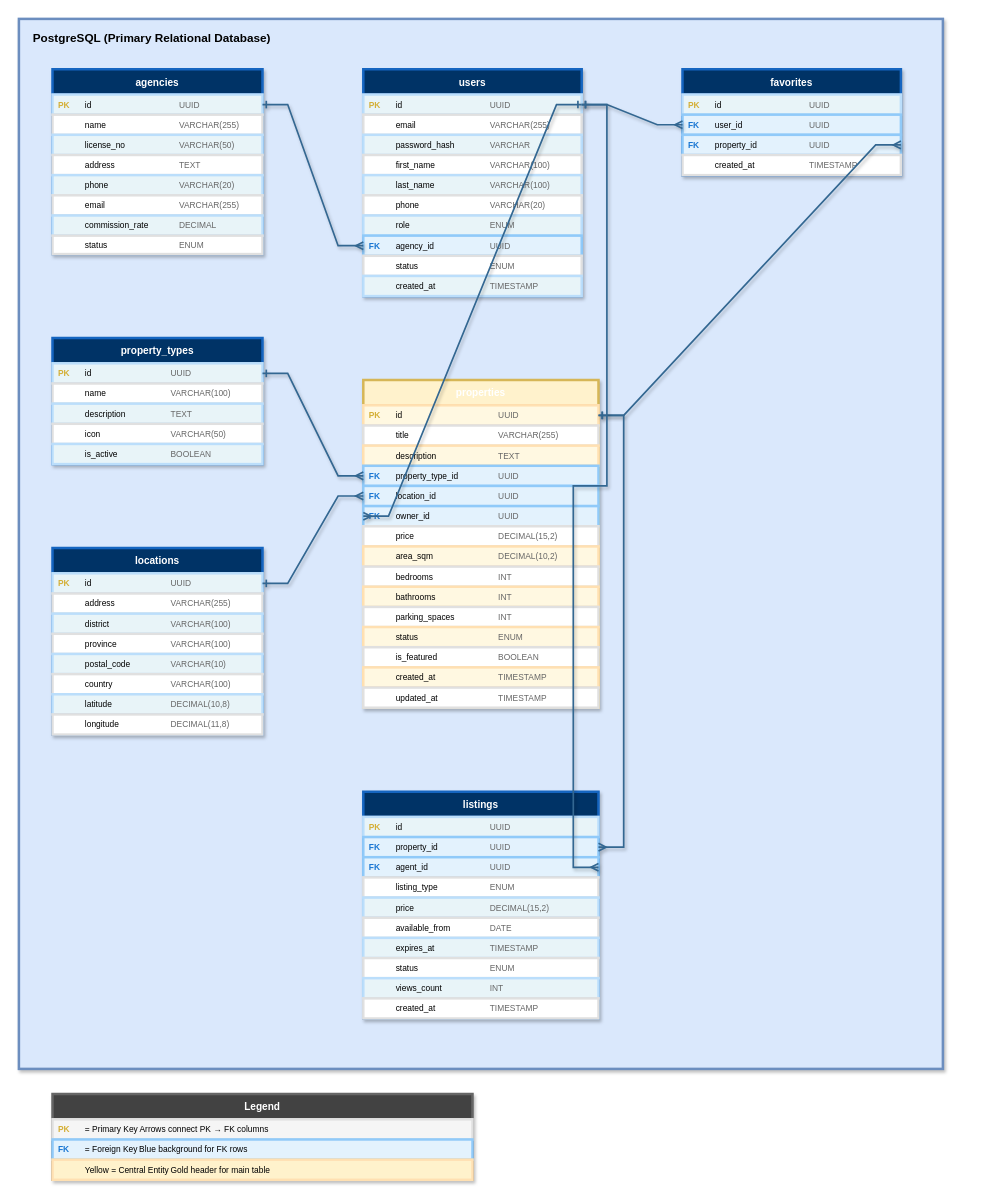
This is claude-md-drawio/sample-property-agent-database-erd.drawio from MrParkerZ7/mono-poc-claude-prompt-diagram-generator, a draw.io file, before an edit. Source tidied: cells renumbered, new cells numbered last; positions are measured from the earlier drawing's top-left corner, leaving out a move shared by most shapes. Both pictures are drawn from the tidied source at 84%, with x=0, y=0 at pixel (18, 18).
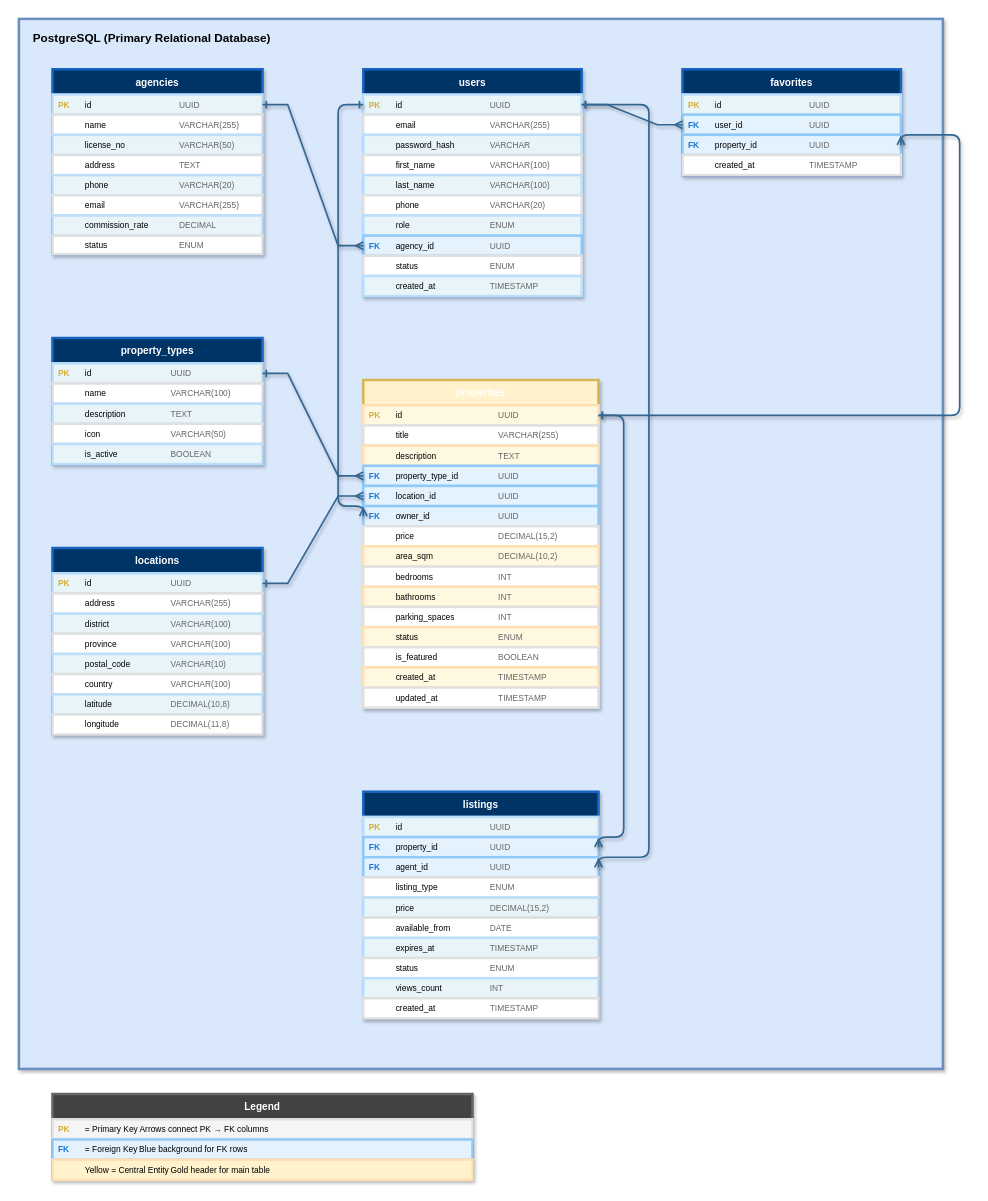
The same diagram, later.

Commit message:
Add explicit waypoints to prevent arrows crossing table content

Changed 4 arrows from entityRelationEdgeStyle to orthogonalEdgeStyle
with explicit waypoints that route through gaps between tables:

- rel-properties-favorites: x=1160 (outside favorites right edge)
- rel-users-properties: x=420 (gap between col1 and col2)
- rel-properties-listings: x=760 (gap between col2 and col3)
- rel-users-listings: x=790 (gap between col2 and col3)

Arrow trails now never cross through any table's visual area.

The change refers to these unchanged cells:
```xml
<mxCell id="13" value="&lt;table style='width:100%;border-collapse:collapse'&gt;&lt;tr&gt;&lt;td style='width:30px;color:#D4AF37;font-weight:bold'&gt;PK&lt;/td&gt;&lt;td style='width:110px'&gt;id&lt;/td&gt;&lt;td style='color:#666'&gt;UUID&lt;/td&gt;&lt;/tr&gt;&lt;/table&gt;" style="text;strokeColor=#BBDEFB;strokeWidth=3;fillColor=#E8F4F8;align=left;verticalAlign=middle;spacingLeft=4;spacingRight=4;overflow=hidden;points=[[0,0.5],[1,0.5]];portConstraint=eastwest;html=1;fontSize=10;" parent="12" vertex="1">
  <mxGeometry y="30" width="260" height="24" as="geometry" />
</mxCell>
<mxCell id="26" value="&lt;table style='width:100%;border-collapse:collapse'&gt;&lt;tr&gt;&lt;td style='width:30px;color:#1976D2;font-weight:bold'&gt;FK&lt;/td&gt;&lt;td style='width:110px'&gt;property_id&lt;/td&gt;&lt;td style='color:#666'&gt;UUID&lt;/td&gt;&lt;/tr&gt;&lt;/table&gt;" style="text;strokeColor=#90CAF9;strokeWidth=3;fillColor=#E3F2FD;align=left;verticalAlign=middle;spacingLeft=4;spacingRight=4;overflow=hidden;points=[[0,0.5],[1,0.5]];portConstraint=eastwest;html=1;fontSize=10;" parent="23" vertex="1">
  <mxGeometry y="78" width="260" height="24" as="geometry" />
</mxCell>
<mxCell id="44" value="&lt;table style='width:100%;border-collapse:collapse'&gt;&lt;tr&gt;&lt;td style='width:30px;color:#D4AF37;font-weight:bold'&gt;PK&lt;/td&gt;&lt;td style='width:120px'&gt;id&lt;/td&gt;&lt;td style='color:#666'&gt;UUID&lt;/td&gt;&lt;/tr&gt;&lt;/table&gt;" style="text;strokeColor=#FFE0B2;strokeWidth=3;fillColor=#FFF8E1;align=left;verticalAlign=middle;spacingLeft=4;spacingRight=4;overflow=hidden;points=[[0,0.5],[1,0.5]];portConstraint=eastwest;html=1;fontSize=10;" parent="43" vertex="1">
  <mxGeometry y="30" width="280" height="24" as="geometry" />
</mxCell>
<mxCell id="49" value="&lt;table style='width:100%;border-collapse:collapse'&gt;&lt;tr&gt;&lt;td style='width:30px;color:#1976D2;font-weight:bold'&gt;FK&lt;/td&gt;&lt;td style='width:120px'&gt;owner_id&lt;/td&gt;&lt;td style='color:#666'&gt;UUID&lt;/td&gt;&lt;/tr&gt;&lt;/table&gt;" style="text;strokeColor=#90CAF9;strokeWidth=3;fillColor=#E3F2FD;align=left;verticalAlign=middle;spacingLeft=4;spacingRight=4;overflow=hidden;points=[[0,0.5],[1,0.5]];portConstraint=eastwest;html=1;fontSize=10;" parent="43" vertex="1">
  <mxGeometry y="150" width="280" height="24" as="geometry" />
</mxCell>
<mxCell id="61" value="&lt;table style='width:100%;border-collapse:collapse'&gt;&lt;tr&gt;&lt;td style='width:30px;color:#1976D2;font-weight:bold'&gt;FK&lt;/td&gt;&lt;td style='width:110px'&gt;property_id&lt;/td&gt;&lt;td style='color:#666'&gt;UUID&lt;/td&gt;&lt;/tr&gt;&lt;/table&gt;" style="text;strokeColor=#90CAF9;strokeWidth=3;fillColor=#E3F2FD;align=left;verticalAlign=middle;spacingLeft=4;spacingRight=4;overflow=hidden;points=[[0,0.5],[1,0.5]];portConstraint=eastwest;html=1;fontSize=10;" parent="59" vertex="1">
  <mxGeometry y="54" width="280" height="24" as="geometry" />
</mxCell>
<mxCell id="62" value="&lt;table style='width:100%;border-collapse:collapse'&gt;&lt;tr&gt;&lt;td style='width:30px;color:#1976D2;font-weight:bold'&gt;FK&lt;/td&gt;&lt;td style='width:110px'&gt;agent_id&lt;/td&gt;&lt;td style='color:#666'&gt;UUID&lt;/td&gt;&lt;/tr&gt;&lt;/table&gt;" style="text;strokeColor=#90CAF9;strokeWidth=3;fillColor=#E3F2FD;align=left;verticalAlign=middle;spacingLeft=4;spacingRight=4;overflow=hidden;points=[[0,0.5],[1,0.5]];portConstraint=eastwest;html=1;fontSize=10;" parent="59" vertex="1">
  <mxGeometry y="78" width="280" height="24" as="geometry" />
</mxCell>
```

Change to the diagram source:
```diff
@@
-    <mxCell id="72" style="edgeStyle=entityRelationEdgeStyle;rounded=0;jettySize=auto;html=1;strokeColor=#336791;strokeWidth=2;startArrow=ERone;startFill=0;endArrow=ERmany;endFill=0;shadow=1;exitX=1;exitY=0.5;entryX=1;entryY=0.5;" parent="1" edge="1" source="44" target="26">
-      <mxGeometry relative="1" as="geometry" />
+    <mxCell id="72" style="edgeStyle=orthogonalEdgeStyle;rounded=1;jettySize=auto;html=1;strokeColor=#336791;strokeWidth=2;startArrow=ERone;startFill=0;endArrow=ERmany;endFill=0;shadow=1;exitX=1;exitY=0.5;entryX=1;entryY=0.5;" parent="1" edge="1" source="44" target="26">
+      <mxGeometry relative="1" as="geometry">
+        <Array as="points">
+          <mxPoint x="1120" y="472" />
+          <mxPoint x="1120" y="138" />
+        </Array>
+      </mxGeometry>
     </mxCell>
@@
-    <mxCell id="75" style="edgeStyle=entityRelationEdgeStyle;rounded=0;jettySize=auto;html=1;strokeColor=#336791;strokeWidth=2;startArrow=ERone;startFill=0;endArrow=ERmany;endFill=0;shadow=1;exitX=1;exitY=0.5;entryX=0;entryY=0.5;" parent="1" edge="1" source="13" target="49">
-      <mxGeometry relative="1" as="geometry" />
+    <mxCell id="75" style="edgeStyle=orthogonalEdgeStyle;rounded=1;jettySize=auto;html=1;strokeColor=#336791;strokeWidth=2;startArrow=ERone;startFill=0;endArrow=ERmany;endFill=0;shadow=1;exitX=0;exitY=0.5;entryX=0;entryY=0.5;" parent="1" edge="1" source="13" target="49">
+      <mxGeometry relative="1" as="geometry">
+        <Array as="points">
+          <mxPoint x="380" y="102" />
+          <mxPoint x="380" y="580" />
+        </Array>
+      </mxGeometry>
     </mxCell>
-    <mxCell id="76" style="edgeStyle=entityRelationEdgeStyle;rounded=0;jettySize=auto;html=1;strokeColor=#336791;strokeWidth=2;startArrow=ERone;startFill=0;endArrow=ERmany;endFill=0;shadow=1;exitX=1;exitY=0.5;entryX=1;entryY=0.5;" parent="1" edge="1" source="44" target="61">
-      <mxGeometry relative="1" as="geometry" />
+    <mxCell id="76" style="edgeStyle=orthogonalEdgeStyle;rounded=1;jettySize=auto;html=1;strokeColor=#336791;strokeWidth=2;startArrow=ERone;startFill=0;endArrow=ERmany;endFill=0;shadow=1;exitX=1;exitY=0.5;entryX=1;entryY=0.5;" parent="1" edge="1" source="44" target="61">
+      <mxGeometry relative="1" as="geometry">
+        <Array as="points">
+          <mxPoint x="720" y="472" />
+          <mxPoint x="720" y="974" />
+        </Array>
+      </mxGeometry>
     </mxCell>
-    <mxCell id="77" style="edgeStyle=entityRelationEdgeStyle;rounded=0;jettySize=auto;html=1;strokeColor=#336791;strokeWidth=2;startArrow=ERone;startFill=0;endArrow=ERmany;endFill=0;shadow=1;exitX=1;exitY=0.5;entryX=1;entryY=0.5;" parent="1" edge="1" source="13" target="62">
-      <mxGeometry relative="1" as="geometry" />
+    <mxCell id="77" style="edgeStyle=orthogonalEdgeStyle;rounded=1;jettySize=auto;html=1;strokeColor=#336791;strokeWidth=2;startArrow=ERone;startFill=0;endArrow=ERmany;endFill=0;shadow=1;exitX=1;exitY=0.5;entryX=1;entryY=0.5;" parent="1" edge="1" source="13" target="62">
+      <mxGeometry relative="1" as="geometry">
+        <Array as="points">
+          <mxPoint x="750" y="102" />
+          <mxPoint x="750" y="998" />
+        </Array>
+      </mxGeometry>
     </mxCell>
```
